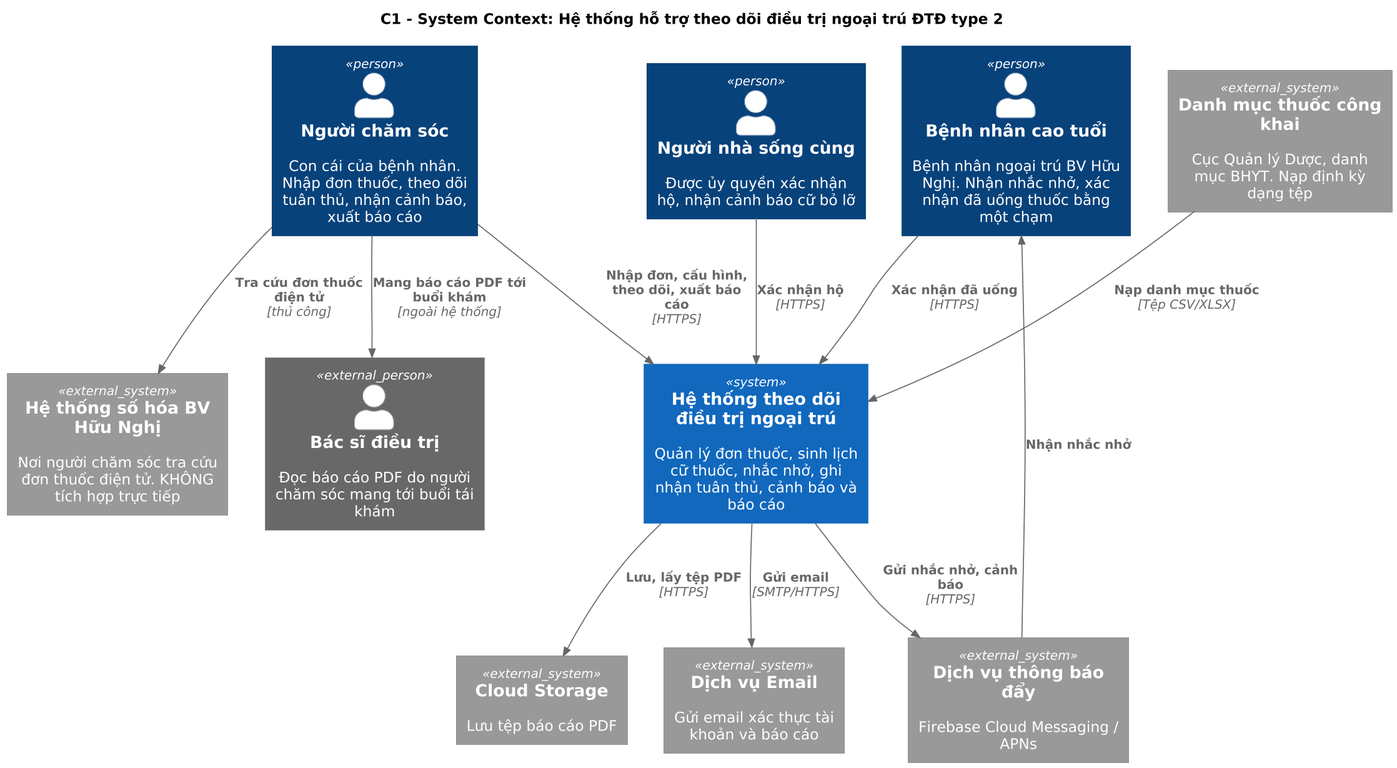
bblizzardd/KTPMUD keeps this PlantUML diagram as docs/architecture/C1_System_Context.png. Above is the earlier version.
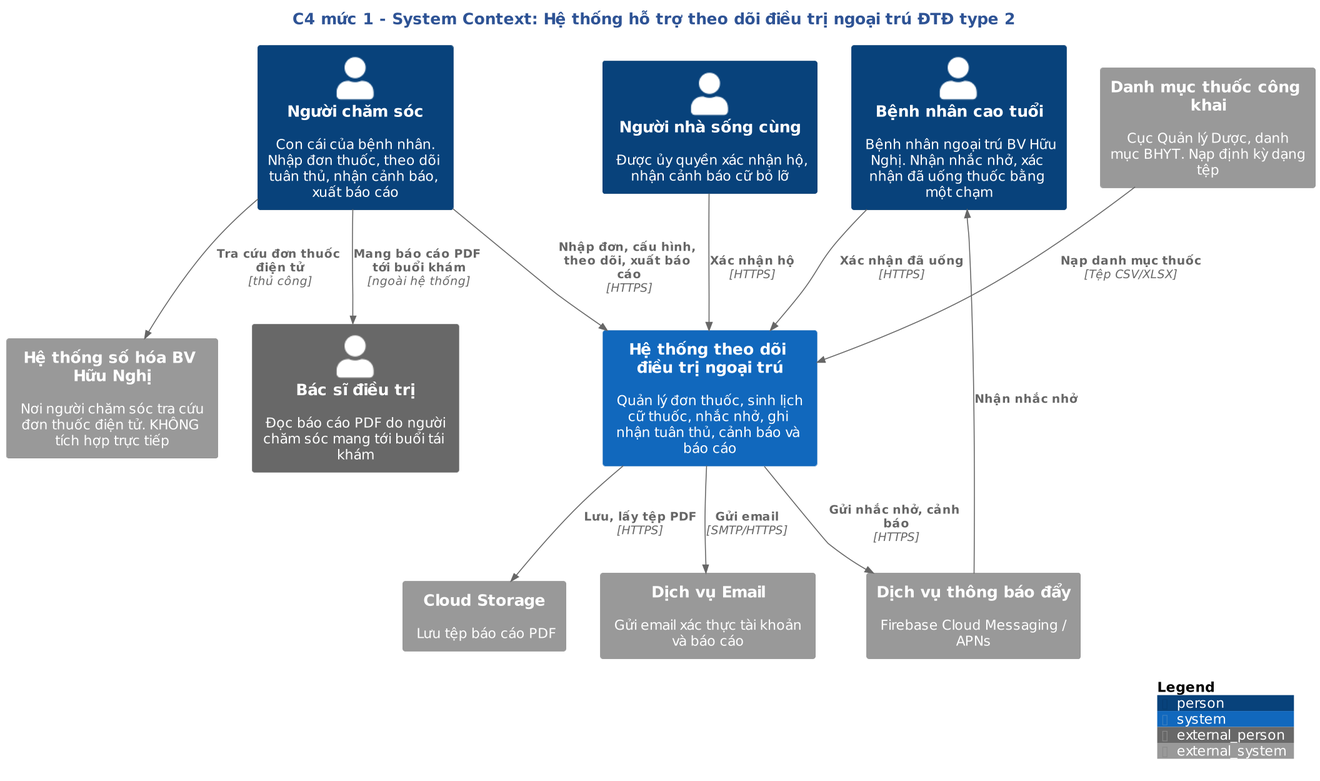
After the change.

What changed in the source:
```diff
@@ -1,9 +1,8 @@
 @startuml C1_System_Context
-skinparamlocked dpi 160
-!include ../c4/C4_Context.puml
-skinparam defaultFontName "DejaVu Sans"
+!include lib/ktpmud_theme_c4.puml
+!include <C4/C4_Context>
 LAYOUT_TOP_DOWN()
-title C1 - System Context: Hệ thống hỗ trợ theo dõi điều trị ngoại trú ĐTĐ type 2
+title C4 mức 1 - System Context: Hệ thống hỗ trợ theo dõi điều trị ngoại trú ĐTĐ type 2
 
 Person(caregiver, "Người chăm sóc", "Con cái của bệnh nhân. Nhập đơn thuốc, theo dõi tuân thủ, nhận cảnh báo, xuất báo cáo")
 Person(patient, "Bệnh nhân cao tuổi", "Bệnh nhân ngoại trú BV Hữu Nghị. Nhận nhắc nhở, xác nhận đã uống thuốc bằng một chạm")
@@ -28,4 +27,5 @@
 Rel_Back(patient, push, "Nhận nhắc nhở")
 Rel(caregiver, his, "Tra cứu đơn thuốc điện tử", "thủ công")
 Rel(caregiver, doctor, "Mang báo cáo PDF tới buổi khám", "ngoài hệ thống")
+SHOW_LEGEND()
 @enduml
```
